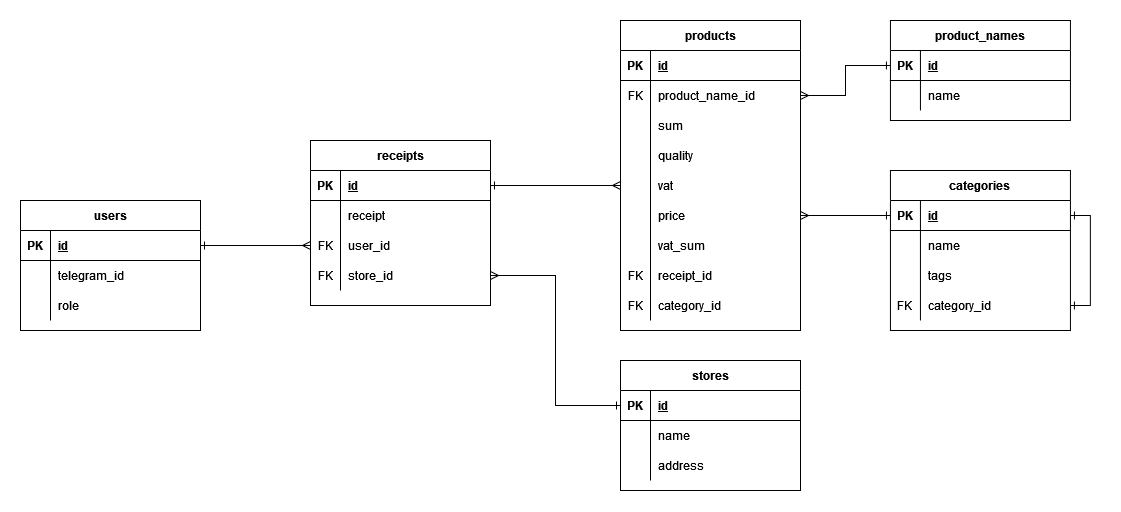
TheBandik/check-scanner keeps this draw.io diagram as doc/erd.png. Above is the earlier version. Source tidied: cells renumbered, new cells last; positions are measured from the earlier drawing's top-left corner, leaving out a move shared by most shapes.
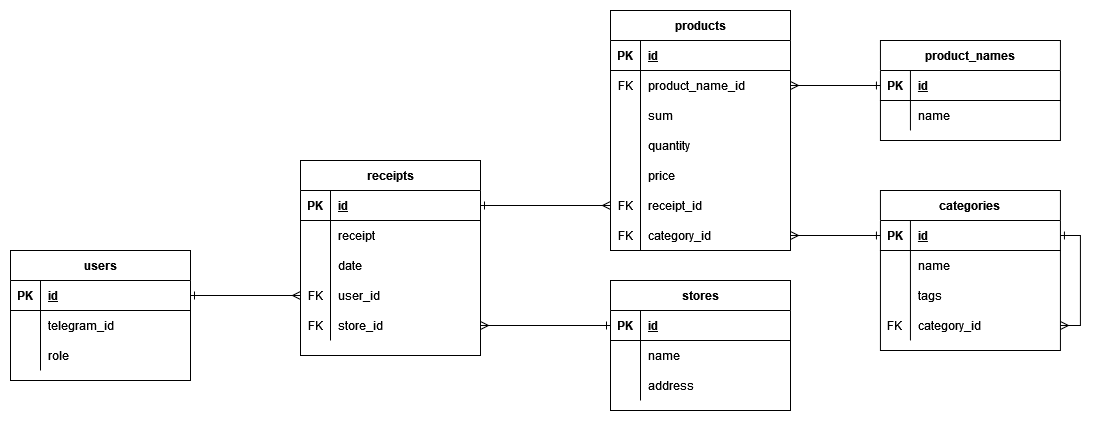
Later version of the same file.

Commit message:
Новая ERD

The edit, as a diff of the source:
```diff
@@ -3,7 +3,7 @@
     <mxCell id="0" />
     <mxCell id="1" parent="0" />
     <mxCell id="2" value="users" style="shape=table;startSize=30;rowLines=0;fontStyle=1;align=center;" parent="1" vertex="1">
-      <mxGeometry y="180" width="180" height="130" as="geometry" />
+      <mxGeometry y="240" width="180" height="130" as="geometry" />
     </mxCell>
     <mxCell id="3" style="shape=tableRow;horizontal=0;startSize=0;swimlaneHead=0;swimlaneBody=0;fillColor=none;points=[[0,0.5],[1,0.5]];portConstraint=eastwest;top=0;left=0;right=0;bottom=1;" parent="2" vertex="1">
       <mxGeometry y="30" width="180" height="30" as="geometry" />
@@ -33,7 +33,7 @@
       <mxGeometry x="30" width="150" height="30" as="geometry" />
     </mxCell>
     <mxCell id="12" value="receipts" style="shape=table;startSize=30;rowLines=0;fontStyle=1;align=center;" parent="1" vertex="1">
-      <mxGeometry x="290" y="120" width="180" height="165" as="geometry" />
+      <mxGeometry x="290" y="150" width="180" height="195" as="geometry" />
     </mxCell>
     <mxCell id="13" style="shape=tableRow;horizontal=0;startSize=0;swimlaneHead=0;swimlaneBody=0;fillColor=none;points=[[0,0.5],[1,0.5]];portConstraint=eastwest;top=0;left=0;right=0;bottom=1;" parent="12" vertex="1">
       <mxGeometry y="30" width="180" height="30" as="geometry" />
@@ -53,8 +53,17 @@
     <mxCell id="18" value="receipt" style="shape=partialRectangle;fillColor=none;top=0;left=0;bottom=0;right=0;align=left;spacingLeft=6;overflow=hidden;" parent="16" vertex="1">
       <mxGeometry x="30" width="150" height="30" as="geometry" />
     </mxCell>
+    <mxCell id="92" style="shape=tableRow;horizontal=0;startSize=0;swimlaneHead=0;swimlaneBody=0;fillColor=none;top=0;left=0;right=0;bottom=0;" parent="12" vertex="1">
+      <mxGeometry y="90" width="180" height="30" as="geometry" />
+    </mxCell>
+    <mxCell id="46" style="shape=partialRectangle;fillColor=none;top=0;left=0;bottom=0;right=0;overflow=hidden;" parent="92" vertex="1">
+      <mxGeometry width="30" height="30" as="geometry" />
+    </mxCell>
+    <mxCell id="93" value="date" style="shape=partialRectangle;fillColor=none;top=0;left=0;bottom=0;right=0;align=left;spacingLeft=6;overflow=hidden;" parent="92" vertex="1">
+      <mxGeometry x="30" width="150" height="30" as="geometry" />
+    </mxCell>
     <mxCell id="19" style="shape=tableRow;horizontal=0;startSize=0;swimlaneHead=0;swimlaneBody=0;fillColor=none;points=[[0,0.5],[1,0.5]];portConstraint=eastwest;top=0;left=0;right=0;bottom=0;" parent="12" vertex="1">
-      <mxGeometry y="90" width="180" height="30" as="geometry" />
+      <mxGeometry y="120" width="180" height="30" as="geometry" />
     </mxCell>
     <mxCell id="20" value="FK" style="shape=partialRectangle;fillColor=none;top=0;left=0;bottom=0;right=0;overflow=hidden;" parent="19" vertex="1">
       <mxGeometry width="30" height="30" as="geometry" />
@@ -63,7 +72,7 @@
       <mxGeometry x="30" width="150" height="30" as="geometry" />
     </mxCell>
     <mxCell id="22" style="shape=tableRow;horizontal=0;startSize=0;swimlaneHead=0;swimlaneBody=0;fillColor=none;points=[[0,0.5],[1,0.5]];portConstraint=eastwest;top=0;left=0;right=0;bottom=0;" parent="12" vertex="1">
-      <mxGeometry y="120" width="180" height="30" as="geometry" />
+      <mxGeometry y="150" width="180" height="30" as="geometry" />
     </mxCell>
     <mxCell id="23" value="FK" style="shape=partialRectangle;fillColor=none;top=0;left=0;bottom=0;right=0;overflow=hidden;" parent="22" vertex="1">
       <mxGeometry width="30" height="30" as="geometry" />
@@ -75,7 +84,7 @@
       <mxGeometry relative="1" as="geometry" />
     </mxCell>
     <mxCell id="26" value="products" style="shape=table;startSize=30;rowLines=0;fontStyle=1;align=center;" parent="1" vertex="1">
-      <mxGeometry x="600" width="180" height="310" as="geometry" />
+      <mxGeometry x="600" width="180" height="240" as="geometry" />
     </mxCell>
     <mxCell id="27" style="shape=tableRow;horizontal=0;startSize=0;swimlaneHead=0;swimlaneBody=0;fillColor=none;top=0;left=0;right=0;bottom=1;" parent="26" vertex="1">
       <mxGeometry y="30" width="180" height="30" as="geometry" />
@@ -110,68 +119,47 @@
     <mxCell id="37" style="shape=partialRectangle;fillColor=none;top=0;left=0;bottom=0;right=0;overflow=hidden;" parent="36" vertex="1">
       <mxGeometry width="30" height="30" as="geometry" />
     </mxCell>
-    <mxCell id="38" value="quality" style="shape=partialRectangle;fillColor=none;top=0;left=0;bottom=0;right=0;align=left;spacingLeft=6;overflow=hidden;" parent="36" vertex="1">
+    <mxCell id="38" value="quantity" style="shape=partialRectangle;fillColor=none;top=0;left=0;bottom=0;right=0;align=left;spacingLeft=6;overflow=hidden;" parent="36" vertex="1">
       <mxGeometry x="30" width="150" height="30" as="geometry" />
     </mxCell>
+    <mxCell id="42" style="shape=tableRow;horizontal=0;startSize=0;swimlaneHead=0;swimlaneBody=0;fillColor=none;top=0;left=0;right=0;bottom=0;" parent="26" vertex="1">
+      <mxGeometry y="150" width="180" height="30" as="geometry" />
+    </mxCell>
+    <mxCell id="43" style="shape=partialRectangle;fillColor=none;top=0;left=0;bottom=0;right=0;overflow=hidden;" parent="42" vertex="1">
+      <mxGeometry width="30" height="30" as="geometry" />
+    </mxCell>
+    <mxCell id="44" value="price" style="shape=partialRectangle;fillColor=none;top=0;left=0;bottom=0;right=0;align=left;spacingLeft=6;overflow=hidden;" parent="42" vertex="1">
+      <mxGeometry x="30" width="150" height="30" as="geometry" />
+    </mxCell>
+    <mxCell id="48" style="shape=tableRow;horizontal=0;startSize=0;swimlaneHead=0;swimlaneBody=0;fillColor=none;top=0;left=0;right=0;bottom=0;" parent="26" vertex="1">
+      <mxGeometry y="180" width="180" height="30" as="geometry" />
+    </mxCell>
+    <mxCell id="49" value="FK" style="shape=partialRectangle;fillColor=none;top=0;left=0;bottom=0;right=0;overflow=hidden;" parent="48" vertex="1">
+      <mxGeometry width="30" height="30" as="geometry" />
+    </mxCell>
+    <mxCell id="50" value="receipt_id" style="shape=partialRectangle;fillColor=none;top=0;left=0;bottom=0;right=0;align=left;spacingLeft=6;overflow=hidden;" parent="48" vertex="1">
+      <mxGeometry x="30" width="150" height="30" as="geometry" />
+    </mxCell>
     <mxCell id="39" style="shape=tableRow;horizontal=0;startSize=0;swimlaneHead=0;swimlaneBody=0;fillColor=none;points=[[0,0.5],[1,0.5]];portConstraint=eastwest;top=0;left=0;right=0;bottom=0;" parent="26" vertex="1">
-      <mxGeometry y="150" width="180" height="30" as="geometry" />
+      <mxGeometry y="210" width="180" height="30" as="geometry" />
     </mxCell>
-    <mxCell id="40" style="shape=partialRectangle;fillColor=none;top=0;left=0;bottom=0;right=0;overflow=hidden;" parent="39" vertex="1">
+    <mxCell id="40" value="FK" style="shape=partialRectangle;fillColor=none;top=0;left=0;bottom=0;right=0;overflow=hidden;" parent="39" vertex="1">
       <mxGeometry width="30" height="30" as="geometry" />
     </mxCell>
-    <mxCell id="41" value="vat" style="shape=partialRectangle;fillColor=none;top=0;left=0;bottom=0;right=0;align=left;spacingLeft=6;overflow=hidden;" parent="39" vertex="1">
+    <mxCell id="41" value="category_id" style="shape=partialRectangle;fillColor=none;top=0;left=0;bottom=0;right=0;align=left;spacingLeft=6;overflow=hidden;" parent="39" vertex="1">
       <mxGeometry x="30" width="150" height="30" as="geometry" />
     </mxCell>
-    <mxCell id="42" style="shape=tableRow;horizontal=0;startSize=0;swimlaneHead=0;swimlaneBody=0;fillColor=none;top=0;left=0;right=0;bottom=0;" parent="26" vertex="1">
-      <mxGeometry y="180" width="180" height="30" as="geometry" />
-    </mxCell>
-    <mxCell id="43" style="shape=partialRectangle;fillColor=none;top=0;left=0;bottom=0;right=0;overflow=hidden;" parent="42" vertex="1">
-      <mxGeometry width="30" height="30" as="geometry" />
-    </mxCell>
-    <mxCell id="44" value="price" style="shape=partialRectangle;fillColor=none;top=0;left=0;bottom=0;right=0;align=left;spacingLeft=6;overflow=hidden;" parent="42" vertex="1">
-      <mxGeometry x="30" width="150" height="30" as="geometry" />
-    </mxCell>
-    <mxCell id="45" style="shape=tableRow;horizontal=0;startSize=0;swimlaneHead=0;swimlaneBody=0;fillColor=none;top=0;left=0;right=0;bottom=0;" parent="26" vertex="1">
-      <mxGeometry y="210" width="180" height="30" as="geometry" />
-    </mxCell>
-    <mxCell id="46" style="shape=partialRectangle;fillColor=none;top=0;left=0;bottom=0;right=0;overflow=hidden;" parent="45" vertex="1">
-      <mxGeometry width="30" height="30" as="geometry" />
-    </mxCell>
-    <mxCell id="47" value="vat_sum" style="shape=partialRectangle;fillColor=none;top=0;left=0;bottom=0;right=0;align=left;spacingLeft=6;overflow=hidden;" parent="45" vertex="1">
-      <mxGeometry x="30" width="150" height="30" as="geometry" />
-    </mxCell>
-    <mxCell id="48" style="shape=tableRow;horizontal=0;startSize=0;swimlaneHead=0;swimlaneBody=0;fillColor=none;top=0;left=0;right=0;bottom=0;" parent="26" vertex="1">
-      <mxGeometry y="240" width="180" height="30" as="geometry" />
-    </mxCell>
-    <mxCell id="49" value="FK" style="shape=partialRectangle;fillColor=none;top=0;left=0;bottom=0;right=0;overflow=hidden;" parent="48" vertex="1">
-      <mxGeometry width="30" height="30" as="geometry" />
-    </mxCell>
-    <mxCell id="50" value="receipt_id" style="shape=partialRectangle;fillColor=none;top=0;left=0;bottom=0;right=0;align=left;spacingLeft=6;overflow=hidden;" parent="48" vertex="1">
-      <mxGeometry x="30" width="150" height="30" as="geometry" />
-    </mxCell>
-    <mxCell id="51" style="shape=tableRow;horizontal=0;startSize=0;swimlaneHead=0;swimlaneBody=0;fillColor=none;top=0;left=0;right=0;bottom=0;" parent="26" vertex="1">
-      <mxGeometry y="270" width="180" height="30" as="geometry" />
-    </mxCell>
-    <mxCell id="52" value="FK" style="shape=partialRectangle;fillColor=none;top=0;left=0;bottom=0;right=0;overflow=hidden;" parent="51" vertex="1">
-      <mxGeometry width="30" height="30" as="geometry" />
-    </mxCell>
-    <mxCell id="53" value="category_id" style="shape=partialRectangle;fillColor=none;top=0;left=0;bottom=0;right=0;align=left;spacingLeft=6;overflow=hidden;" parent="51" vertex="1">
-      <mxGeometry x="30" width="150" height="30" as="geometry" />
-    </mxCell>
-    <mxCell id="54" style="edgeStyle=orthogonalEdgeStyle;rounded=0;jettySize=auto;html=1;exitX=0;exitY=0.5;exitDx=0;exitDy=0;entryX=1;entryY=0.5;entryDx=0;entryDy=0;startArrow=ERmany;startFill=0;endArrow=ERone;endFill=0;" parent="1" edge="1" source="55" target="13">
+    <mxCell id="54" style="edgeStyle=orthogonalEdgeStyle;rounded=0;jettySize=auto;html=1;exitX=0;exitY=0.5;exitDx=0;exitDy=0;entryX=1;entryY=0.5;entryDx=0;entryDy=0;startArrow=ERmany;startFill=0;endArrow=ERone;endFill=0;" parent="1" edge="1" source="57" target="13">
       <mxGeometry relative="1" as="geometry" />
     </mxCell>
-    <mxCell id="55" style="shape=tableRow;horizontal=0;startSize=0;swimlaneHead=0;swimlaneBody=0;fillColor=none;points=[[0,0.5],[1,0.5]];portConstraint=eastwest;top=0;left=0;right=0;bottom=0;" parent="1" vertex="1">
-      <mxGeometry x="600" y="150" width="180" height="30" as="geometry" />
-    </mxCell>
-    <mxCell id="56" style="edgeStyle=orthogonalEdgeStyle;rounded=0;jettySize=auto;html=1;exitX=1;exitY=0.5;exitDx=0;exitDy=0;startArrow=ERmany;startFill=0;endArrow=ERone;endFill=0;entryX=0;entryY=0.5;entryDx=0;entryDy=0;" parent="1" edge="1" source="57" target="59">
+    <mxCell id="56" style="edgeStyle=orthogonalEdgeStyle;rounded=0;jettySize=auto;html=1;exitX=1;exitY=0.5;exitDx=0;exitDy=0;startArrow=ERmany;startFill=0;endArrow=ERone;endFill=0;entryX=0;entryY=0.5;entryDx=0;entryDy=0;" parent="1" edge="1" source="39" target="59">
       <mxGeometry relative="1" as="geometry" />
     </mxCell>
     <mxCell id="57" style="shape=tableRow;horizontal=0;startSize=0;swimlaneHead=0;swimlaneBody=0;fillColor=none;points=[[0,0.5],[1,0.5]];portConstraint=eastwest;top=0;left=0;right=0;bottom=0;" parent="1" vertex="1">
       <mxGeometry x="600" y="180" width="180" height="30" as="geometry" />
     </mxCell>
     <mxCell id="58" value="categories" style="shape=table;startSize=30;rowLines=0;fontStyle=1;align=center;" parent="1" vertex="1">
-      <mxGeometry x="869.9" y="150" width="180" height="160" as="geometry" />
+      <mxGeometry x="869.9" y="180" width="180" height="160" as="geometry" />
     </mxCell>
     <mxCell id="59" style="shape=tableRow;horizontal=0;startSize=0;swimlaneHead=0;swimlaneBody=0;fillColor=none;points=[[0,0.5],[1,0.5]];portConstraint=eastwest;top=0;left=0;right=0;bottom=1;" parent="58" vertex="1">
       <mxGeometry y="30" width="180" height="30" as="geometry" />
@@ -191,7 +179,7 @@
     <mxCell id="64" value="name" style="shape=partialRectangle;fillColor=none;top=0;left=0;bottom=0;right=0;align=left;spacingLeft=6;overflow=hidden;" parent="62" vertex="1">
       <mxGeometry x="30" width="150" height="30" as="geometry" />
     </mxCell>
-    <mxCell id="65" style="edgeStyle=orthogonalEdgeStyle;rounded=0;jettySize=auto;html=1;exitX=1;exitY=0.5;exitDx=0;exitDy=0;entryX=1;entryY=0.5;entryDx=0;entryDy=0;startArrow=ERone;startFill=0;endArrow=ERone;endFill=0;" parent="58" edge="1" source="69" target="59">
+    <mxCell id="65" style="edgeStyle=orthogonalEdgeStyle;rounded=0;jettySize=auto;html=1;exitX=1;exitY=0.5;exitDx=0;exitDy=0;entryX=1;entryY=0.5;entryDx=0;entryDy=0;startArrow=ERmany;startFill=0;endArrow=ERone;endFill=0;" parent="58" edge="1" source="69" target="59">
       <mxGeometry relative="1" as="geometry" />
     </mxCell>
     <mxCell id="66" style="shape=tableRow;horizontal=0;startSize=0;swimlaneHead=0;swimlaneBody=0;fillColor=none;top=0;left=0;right=0;bottom=0;" parent="58" vertex="1">
@@ -213,7 +201,7 @@
       <mxGeometry x="30" width="150" height="30" as="geometry" />
     </mxCell>
     <mxCell id="72" value="stores" style="shape=table;startSize=30;rowLines=0;fontStyle=1;align=center;" parent="1" vertex="1">
-      <mxGeometry x="600" y="340" width="180" height="130" as="geometry" />
+      <mxGeometry x="600" y="270" width="180" height="130" as="geometry" />
     </mxCell>
     <mxCell id="73" style="shape=tableRow;horizontal=0;startSize=0;swimlaneHead=0;swimlaneBody=0;fillColor=none;points=[[0,0.5],[1,0.5]];portConstraint=eastwest;top=0;left=0;right=0;bottom=1;" parent="72" vertex="1">
       <mxGeometry y="30" width="180" height="30" as="geometry" />
@@ -249,7 +237,7 @@
       <mxGeometry x="300" y="240" width="180" height="30" as="geometry" />
     </mxCell>
     <mxCell id="84" value="product_names" style="shape=table;startSize=30;rowLines=0;fontStyle=1;align=center;" parent="1" vertex="1">
-      <mxGeometry x="869.9" width="180" height="100" as="geometry" />
+      <mxGeometry x="869.9" y="30" width="180" height="100" as="geometry" />
     </mxCell>
     <mxCell id="85" style="shape=tableRow;horizontal=0;startSize=0;swimlaneHead=0;swimlaneBody=0;fillColor=none;points=[[0,0.5],[1,0.5]];portConstraint=eastwest;top=0;left=0;right=0;bottom=1;" parent="84" vertex="1">
       <mxGeometry y="30" width="180" height="30" as="geometry" />
```
